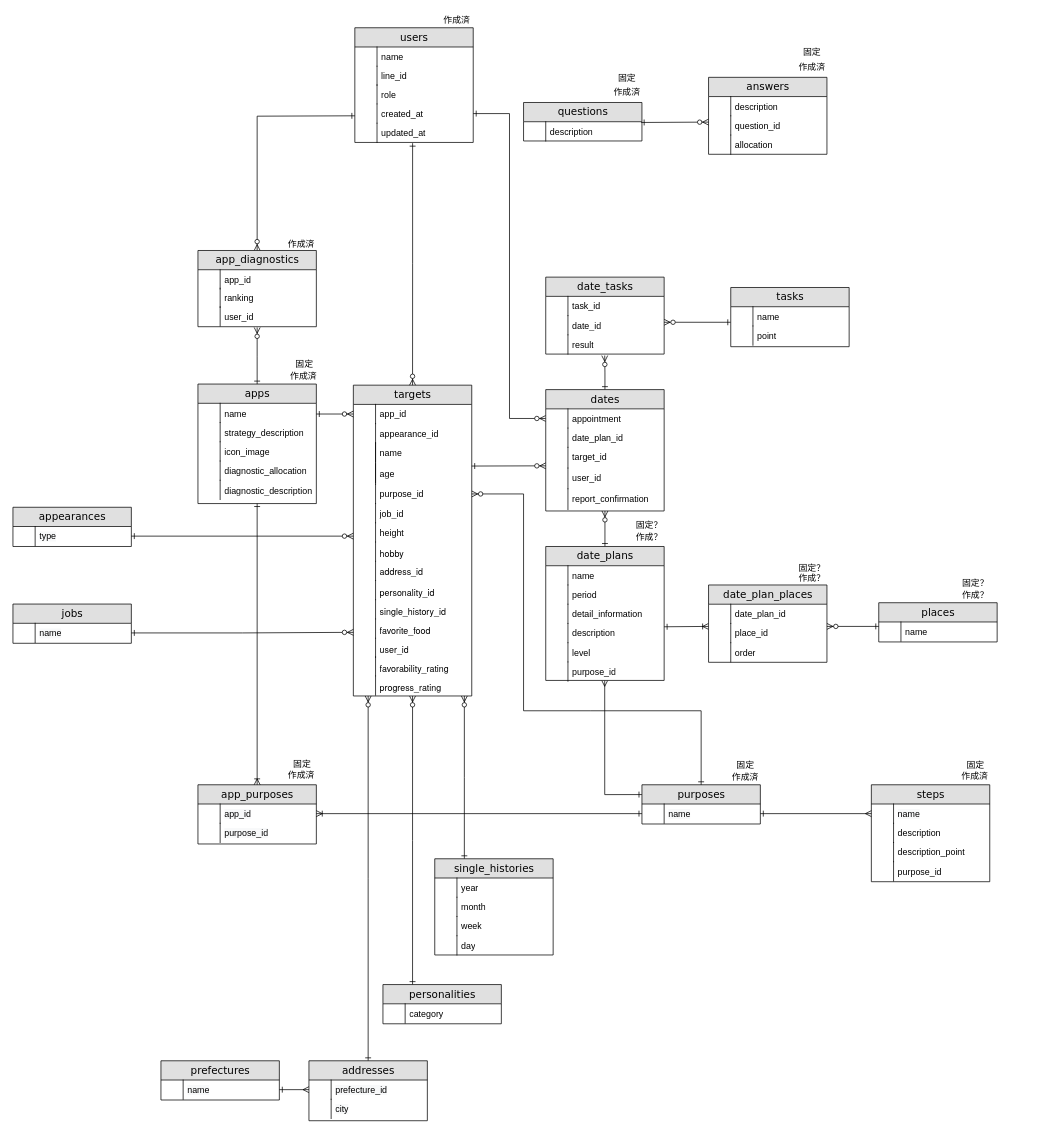
Above: Untitled Diagram.drawio in kstar0102/ryuki0102 (draw.io), before the change. Source tidied: cells renumbered, new cells numbered last; positions are measured from the earlier drawing's top-left corner, leaving out a move shared by most shapes. Both pictures are drawn from the tidied source at 74%, with x=0, y=0 at pixel (13, 13).
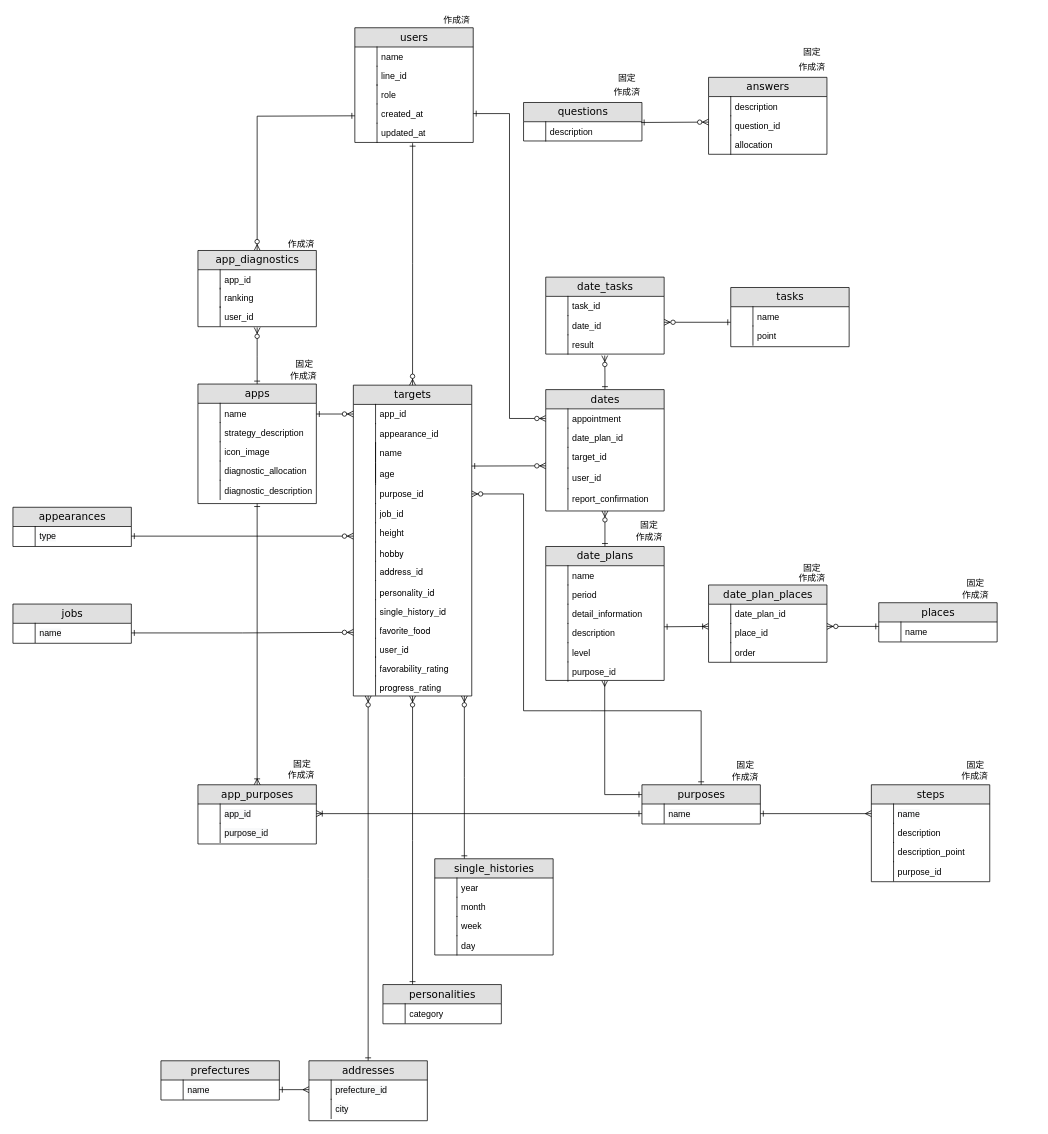
The same page after the edit.

What changed in the source:
```diff
@@
-    <mxCell id="194" value="作成？" style="text;html=1;strokeColor=none;fillColor=none;align=center;verticalAlign=middle;whiteSpace=wrap;rounded=0;" parent="1" vertex="1">
+    <mxCell id="194" value="作成済" style="text;html=1;strokeColor=none;fillColor=none;align=center;verticalAlign=middle;whiteSpace=wrap;rounded=0;" parent="1" vertex="1">
       <mxGeometry x="780" y="699" width="160" height="20" as="geometry" />
     </mxCell>
@@
-    <mxCell id="201" value="固定？" style="text;html=1;strokeColor=none;fillColor=none;align=center;verticalAlign=middle;whiteSpace=wrap;rounded=0;" parent="1" vertex="1">
+    <mxCell id="201" value="固定" style="text;html=1;strokeColor=none;fillColor=none;align=center;verticalAlign=middle;whiteSpace=wrap;rounded=0;" parent="1" vertex="1">
       <mxGeometry x="840" y="683" width="40" height="20" as="geometry" />
     </mxCell>
-    <mxCell id="202" value="固定？" style="text;html=1;strokeColor=none;fillColor=none;align=center;verticalAlign=middle;whiteSpace=wrap;rounded=0;" parent="1" vertex="1">
+    <mxCell id="202" value="固定" style="text;html=1;strokeColor=none;fillColor=none;align=center;verticalAlign=middle;whiteSpace=wrap;rounded=0;" parent="1" vertex="1">
       <mxGeometry x="1055" y="740" width="50" height="20" as="geometry" />
     </mxCell>
-    <mxCell id="203" value="作成？" style="text;html=1;strokeColor=none;fillColor=none;align=center;verticalAlign=middle;whiteSpace=wrap;rounded=0;" parent="1" vertex="1">
+    <mxCell id="203" value="作成済" style="text;html=1;strokeColor=none;fillColor=none;align=center;verticalAlign=middle;whiteSpace=wrap;rounded=0;" parent="1" vertex="1">
       <mxGeometry x="1000" y="754" width="160" height="20" as="geometry" />
     </mxCell>
-    <mxCell id="204" value="固定？" style="text;html=1;strokeColor=none;fillColor=none;align=center;verticalAlign=middle;whiteSpace=wrap;rounded=0;" parent="1" vertex="1">
+    <mxCell id="204" value="固定" style="text;html=1;strokeColor=none;fillColor=none;align=center;verticalAlign=middle;whiteSpace=wrap;rounded=0;" parent="1" vertex="1">
       <mxGeometry x="1276" y="761" width="50" height="20" as="geometry" />
     </mxCell>
-    <mxCell id="205" value="作成？" style="text;html=1;strokeColor=none;fillColor=none;align=center;verticalAlign=middle;whiteSpace=wrap;rounded=0;" parent="1" vertex="1">
+    <mxCell id="205" value="作成済" style="text;html=1;strokeColor=none;fillColor=none;align=center;verticalAlign=middle;whiteSpace=wrap;rounded=0;" parent="1" vertex="1">
       <mxGeometry x="1221" y="777" width="160" height="20" as="geometry" />
     </mxCell>
```
